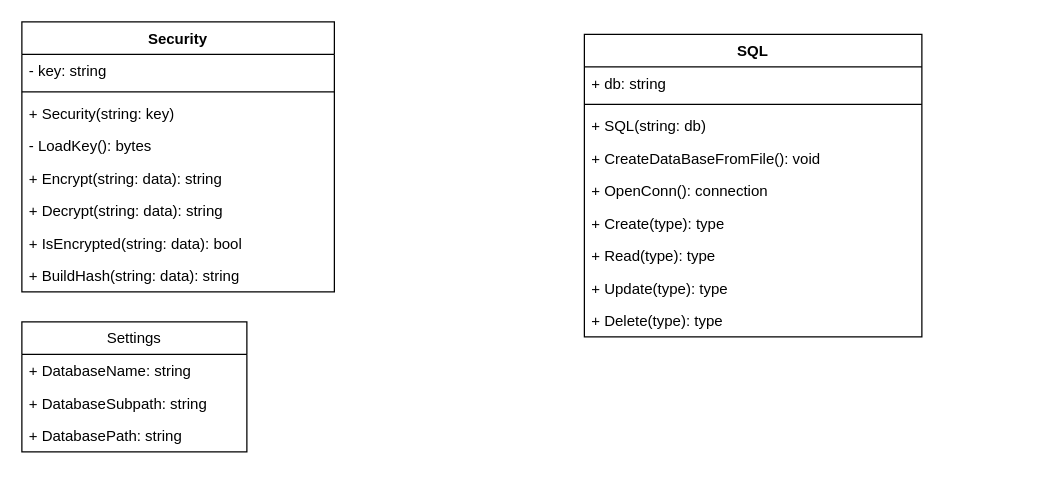
The draw.io diagram Dokumentation/Klassendiagramm.drawio in dahlhoffKevin/NumberGuessing, before the edit. Source tidied: cells renumbered, new cells numbered last; positions are measured from the earlier drawing's top-left corner, leaving out a move shared by most shapes. Both pictures are drawn from the tidied source at 125%, with x=0, y=0 at pixel (21, 21).
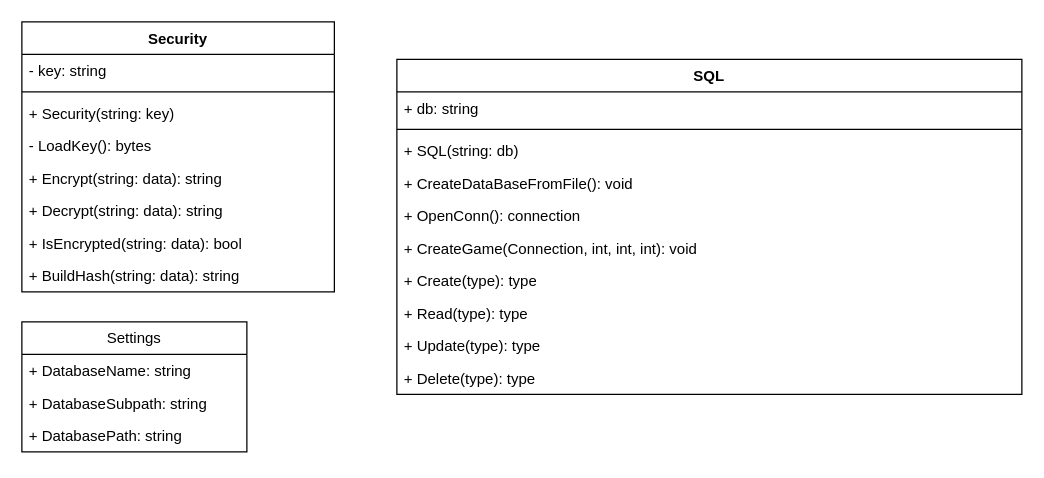
The same page after the edit.

What changed in the source:
```diff
@@
     <mxCell id="11" value="SQL" style="swimlane;fontStyle=1;align=center;verticalAlign=top;horizontal=1;startSize=26;whiteSpace=wrap;html=1;" parent="1" vertex="1">
-      <mxGeometry x="450" y="10" width="270" height="242" as="geometry" />
+      <mxGeometry x="300" y="30" width="500" height="268" as="geometry" />
     </mxCell>
     <mxCell id="12" value="+ db: string" style="text;strokeColor=none;fillColor=none;align=left;verticalAlign=top;spacingLeft=4;spacingRight=4;overflow=hidden;whiteSpace=wrap;html=1;" parent="11" vertex="1">
-      <mxGeometry y="26" width="270" height="26" as="geometry" />
+      <mxGeometry y="26" width="500" height="26" as="geometry" />
     </mxCell>
     <mxCell id="13" style="line;strokeWidth=1;fillColor=none;align=left;verticalAlign=middle;spacingTop=-1;spacingLeft=3;spacingRight=3;labelPosition=right;strokeColor=inherit;" parent="11" vertex="1">
-      <mxGeometry y="52" width="270" height="8" as="geometry" />
+      <mxGeometry y="52" width="500" height="8" as="geometry" />
     </mxCell>
     <mxCell id="14" value="+ SQL(string: db)" style="text;strokeColor=none;fillColor=none;align=left;verticalAlign=top;spacingLeft=4;spacingRight=4;overflow=hidden;whiteSpace=wrap;html=1;" parent="11" vertex="1">
-      <mxGeometry y="60" width="270" height="26" as="geometry" />
+      <mxGeometry y="60" width="500" height="26" as="geometry" />
     </mxCell>
     <mxCell id="15" value="+ CreateDataBaseFromFile(): void" style="text;strokeColor=none;fillColor=none;align=left;verticalAlign=top;spacingLeft=4;spacingRight=4;overflow=hidden;whiteSpace=wrap;html=1;" parent="11" vertex="1">
-      <mxGeometry y="86" width="270" height="26" as="geometry" />
+      <mxGeometry y="86" width="500" height="26" as="geometry" />
     </mxCell>
     <mxCell id="16" value="+ OpenConn(): connection" style="text;strokeColor=none;fillColor=none;align=left;verticalAlign=top;spacingLeft=4;spacingRight=4;overflow=hidden;whiteSpace=wrap;html=1;" parent="11" vertex="1">
-      <mxGeometry y="112" width="270" height="26" as="geometry" />
+      <mxGeometry y="112" width="500" height="26" as="geometry" />
     </mxCell>
+    <mxCell id="25" value="+ CreateGame(Connection, int, int, int): void" style="text;strokeColor=none;fillColor=none;align=left;verticalAlign=top;spacingLeft=4;spacingRight=4;overflow=hidden;whiteSpace=wrap;html=1;" parent="11" vertex="1">
+      <mxGeometry y="138" width="500" height="26" as="geometry" />
+    </mxCell>
     <mxCell id="17" value="+ Create(type): type" style="text;strokeColor=none;fillColor=none;align=left;verticalAlign=top;spacingLeft=4;spacingRight=4;overflow=hidden;whiteSpace=wrap;html=1;" parent="11" vertex="1">
-      <mxGeometry y="138" width="270" height="26" as="geometry" />
+      <mxGeometry y="164" width="500" height="26" as="geometry" />
     </mxCell>
     <mxCell id="18" value="+ Read(type): type" style="text;strokeColor=none;fillColor=none;align=left;verticalAlign=top;spacingLeft=4;spacingRight=4;overflow=hidden;whiteSpace=wrap;html=1;" parent="11" vertex="1">
-      <mxGeometry y="164" width="270" height="26" as="geometry" />
+      <mxGeometry y="190" width="500" height="26" as="geometry" />
     </mxCell>
     <mxCell id="19" value="+ Update(type): type" style="text;strokeColor=none;fillColor=none;align=left;verticalAlign=top;spacingLeft=4;spacingRight=4;overflow=hidden;whiteSpace=wrap;html=1;" parent="11" vertex="1">
-      <mxGeometry y="190" width="270" height="26" as="geometry" />
+      <mxGeometry y="216" width="500" height="26" as="geometry" />
     </mxCell>
     <mxCell id="20" value="+ Delete(type): type" style="text;strokeColor=none;fillColor=none;align=left;verticalAlign=top;spacingLeft=4;spacingRight=4;overflow=hidden;whiteSpace=wrap;html=1;" parent="11" vertex="1">
-      <mxGeometry y="216" width="270" height="26" as="geometry" />
+      <mxGeometry y="242" width="500" height="26" as="geometry" />
     </mxCell>
```
